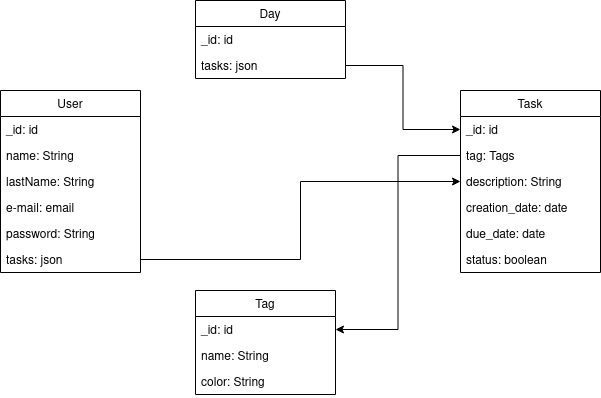
Before: Untitled Diagram.png, a diagram exported from draw.io (EstefaniaLaverde/proyectoDesarrollo). Source tidied: cells renumbered, new cells last; positions are measured from the earlier drawing's top-left corner, leaving out a move shared by most shapes.
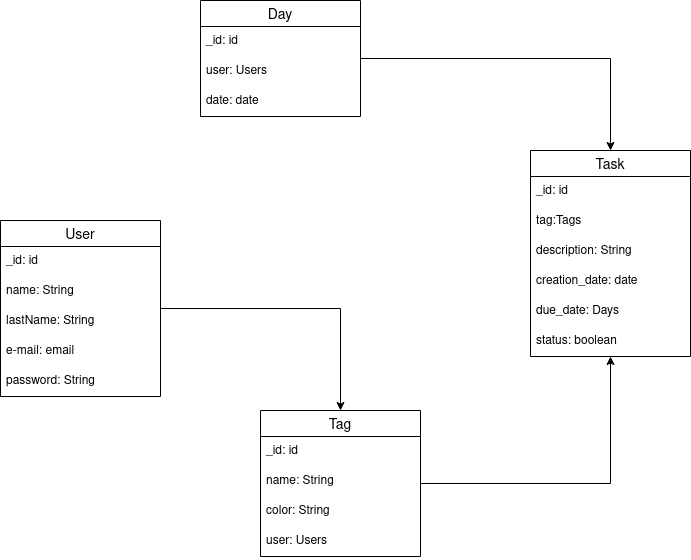
The same diagram one commit later.

Diff of the diagram source:
```diff
@@ -2,77 +2,80 @@
   <root>
     <mxCell id="0" />
     <mxCell id="1" parent="0" />
+    <mxCell id="26" style="edgeStyle=orthogonalEdgeStyle;rounded=0;jettySize=auto;html=1;" parent="1" edge="1" source="16" target="9">
+      <mxGeometry relative="1" as="geometry" />
+    </mxCell>
+    <mxCell id="16" value="Day" style="swimlane;fontStyle=0;horizontal=1;startSize=26;align=center;fontSize=14;" parent="1" vertex="1">
+      <mxGeometry x="80" y="-190" width="160" height="116" as="geometry" />
+    </mxCell>
+    <mxCell id="27" value="_id: id" style="text;strokeColor=none;fillColor=none;spacingLeft=4;spacingRight=4;overflow=hidden;fontSize=12;" parent="16" vertex="1">
+      <mxGeometry y="26" width="160" height="30" as="geometry" />
+    </mxCell>
+    <mxCell id="28" value="user: Users" style="text;strokeColor=none;fillColor=none;spacingLeft=4;spacingRight=4;overflow=hidden;fontSize=12;" parent="16" vertex="1">
+      <mxGeometry y="56" width="160" height="30" as="geometry" />
+    </mxCell>
+    <mxCell id="29" value="date: date" style="text;strokeColor=none;fillColor=none;spacingLeft=4;spacingRight=4;overflow=hidden;fontSize=12;" parent="16" vertex="1">
+      <mxGeometry y="86" width="160" height="30" as="geometry" />
+    </mxCell>
+    <mxCell id="9" value="Task" style="swimlane;fontStyle=0;horizontal=1;startSize=26;align=center;fontSize=14;" parent="1" vertex="1">
+      <mxGeometry x="410" y="-40" width="160" height="206" as="geometry" />
+    </mxCell>
+    <mxCell id="30" value="_id: id" style="text;strokeColor=none;fillColor=none;spacingLeft=4;spacingRight=4;overflow=hidden;fontSize=12;" parent="9" vertex="1">
+      <mxGeometry y="26" width="160" height="30" as="geometry" />
+    </mxCell>
+    <mxCell id="31" value="tag:Tags" style="text;strokeColor=none;fillColor=none;spacingLeft=4;spacingRight=4;overflow=hidden;fontSize=12;" parent="9" vertex="1">
+      <mxGeometry y="56" width="160" height="30" as="geometry" />
+    </mxCell>
+    <mxCell id="12" value="description: String" style="text;strokeColor=none;fillColor=none;spacingLeft=4;spacingRight=4;overflow=hidden;fontSize=12;" parent="9" vertex="1">
+      <mxGeometry y="86" width="160" height="30" as="geometry" />
+    </mxCell>
+    <mxCell id="13" value="creation_date: date" style="text;strokeColor=none;fillColor=none;spacingLeft=4;spacingRight=4;overflow=hidden;fontSize=12;" parent="9" vertex="1">
+      <mxGeometry y="116" width="160" height="30" as="geometry" />
+    </mxCell>
+    <mxCell id="32" value="due_date: Days" style="text;strokeColor=none;fillColor=none;spacingLeft=4;spacingRight=4;overflow=hidden;fontSize=12;" parent="9" vertex="1">
+      <mxGeometry y="146" width="160" height="30" as="geometry" />
+    </mxCell>
+    <mxCell id="15" value="status: boolean" style="text;strokeColor=none;fillColor=none;spacingLeft=4;spacingRight=4;overflow=hidden;fontSize=12;" parent="9" vertex="1">
+      <mxGeometry y="176" width="160" height="30" as="geometry" />
+    </mxCell>
+    <mxCell id="33" style="edgeStyle=orthogonalEdgeStyle;rounded=0;jettySize=auto;html=1;" parent="1" edge="1" source="19" target="9">
+      <mxGeometry relative="1" as="geometry" />
+    </mxCell>
+    <mxCell id="19" value="Tag" style="swimlane;fontStyle=0;horizontal=1;startSize=26;align=center;fontSize=14;" parent="1" vertex="1">
+      <mxGeometry x="140" y="220" width="160" height="146" as="geometry" />
+    </mxCell>
+    <mxCell id="34" value="_id: id" style="text;strokeColor=none;fillColor=none;spacingLeft=4;spacingRight=4;overflow=hidden;fontSize=12;" parent="19" vertex="1">
+      <mxGeometry y="26" width="160" height="30" as="geometry" />
+    </mxCell>
+    <mxCell id="35" value="name: String" style="text;strokeColor=none;fillColor=none;spacingLeft=4;spacingRight=4;overflow=hidden;fontSize=12;" parent="19" vertex="1">
+      <mxGeometry y="56" width="160" height="30" as="geometry" />
+    </mxCell>
+    <mxCell id="22" value="color: String" style="text;strokeColor=none;fillColor=none;spacingLeft=4;spacingRight=4;overflow=hidden;fontSize=12;" parent="19" vertex="1">
+      <mxGeometry y="86" width="160" height="30" as="geometry" />
+    </mxCell>
+    <mxCell id="36" value="user: Users" style="text;strokeColor=none;fillColor=none;spacingLeft=4;spacingRight=4;overflow=hidden;fontSize=12;" parent="19" vertex="1">
+      <mxGeometry y="116" width="160" height="30" as="geometry" />
+    </mxCell>
+    <mxCell id="37" style="edgeStyle=orthogonalEdgeStyle;rounded=0;jettySize=auto;html=1;" parent="1" edge="1" source="2" target="19">
+      <mxGeometry relative="1" as="geometry" />
+    </mxCell>
-    <mxCell id="2" value="User" style="swimlane;fontStyle=0;horizontal=1;startSize=26;fillColor=none;" parent="1" vertex="1">
-      <mxGeometry y="90" width="140" height="182" as="geometry" />
+    <mxCell id="2" value="User" style="swimlane;fontStyle=0;horizontal=1;startSize=26;align=center;fontSize=14;" parent="1" vertex="1">
+      <mxGeometry x="-120" y="30" width="160" height="176" as="geometry" />
     </mxCell>
-    <mxCell id="3" value="_id: id" style="text;strokeColor=none;fillColor=none;align=left;verticalAlign=top;spacingLeft=4;spacingRight=4;overflow=hidden;" parent="2" vertex="1">
-      <mxGeometry y="26" width="140" height="26" as="geometry" />
-    </mxCell>
-    <mxCell id="4" value="name: String" style="text;strokeColor=none;fillColor=none;align=left;verticalAlign=top;spacingLeft=4;spacingRight=4;overflow=hidden;" parent="2" vertex="1">
-      <mxGeometry y="52" width="140" height="26" as="geometry" />
-    </mxCell>
+    <mxCell id="38" value="_id: id" style="text;strokeColor=none;fillColor=none;spacingLeft=4;spacingRight=4;overflow=hidden;fontSize=12;" parent="2" vertex="1">
+      <mxGeometry y="26" width="160" height="30" as="geometry" />
+    </mxCell>
+    <mxCell id="39" value="name: String" style="text;strokeColor=none;fillColor=none;spacingLeft=4;spacingRight=4;overflow=hidden;fontSize=12;" parent="2" vertex="1">
+      <mxGeometry y="56" width="160" height="30" as="geometry" />
+    </mxCell>
-    <mxCell id="5" value="lastName: String" style="text;strokeColor=none;fillColor=none;align=left;verticalAlign=top;spacingLeft=4;spacingRight=4;overflow=hidden;" parent="2" vertex="1">
-      <mxGeometry y="78" width="140" height="26" as="geometry" />
+    <mxCell id="5" value="lastName: String" style="text;strokeColor=none;fillColor=none;spacingLeft=4;spacingRight=4;overflow=hidden;fontSize=12;" parent="2" vertex="1">
+      <mxGeometry y="86" width="160" height="30" as="geometry" />
     </mxCell>
-    <mxCell id="6" value="e-mail: email" style="text;strokeColor=none;fillColor=none;align=left;verticalAlign=top;spacingLeft=4;spacingRight=4;overflow=hidden;" parent="2" vertex="1">
-      <mxGeometry y="104" width="140" height="26" as="geometry" />
+    <mxCell id="6" value="e-mail: email" style="text;strokeColor=none;fillColor=none;spacingLeft=4;spacingRight=4;overflow=hidden;fontSize=12;" parent="2" vertex="1">
+      <mxGeometry y="116" width="160" height="30" as="geometry" />
     </mxCell>
-    <mxCell id="7" value="password: String" style="text;strokeColor=none;fillColor=none;align=left;verticalAlign=top;spacingLeft=4;spacingRight=4;overflow=hidden;" parent="2" vertex="1">
-      <mxGeometry y="130" width="140" height="26" as="geometry" />
+    <mxCell id="7" value="password: String" style="text;strokeColor=none;fillColor=none;spacingLeft=4;spacingRight=4;overflow=hidden;fontSize=12;" parent="2" vertex="1">
+      <mxGeometry y="146" width="160" height="30" as="geometry" />
     </mxCell>
-    <mxCell id="8" value="tasks: json" style="text;strokeColor=none;fillColor=none;align=left;verticalAlign=top;spacingLeft=4;spacingRight=4;overflow=hidden;points=[[0,0.5],[1,0.5]];portConstraint=eastwest;" parent="2" vertex="1">
-      <mxGeometry y="156" width="140" height="26" as="geometry" />
-    </mxCell>
-    <mxCell id="9" value="Task" style="swimlane;fontStyle=0;horizontal=1;startSize=26;fillColor=none;" parent="1" vertex="1">
-      <mxGeometry x="460" y="90" width="140" height="182" as="geometry" />
-    </mxCell>
-    <mxCell id="10" value="_id: id" style="text;strokeColor=none;fillColor=none;align=left;verticalAlign=top;spacingLeft=4;spacingRight=4;overflow=hidden;points=[[0,0.5],[1,0.5]];portConstraint=eastwest;" parent="9" vertex="1">
-      <mxGeometry y="26" width="140" height="26" as="geometry" />
-    </mxCell>
-    <mxCell id="11" value="tag: Tags" style="text;strokeColor=none;fillColor=none;align=left;verticalAlign=top;spacingLeft=4;spacingRight=4;overflow=hidden;points=[[0,0.5],[1,0.5]];portConstraint=eastwest;" parent="9" vertex="1">
-      <mxGeometry y="52" width="140" height="26" as="geometry" />
-    </mxCell>
-    <mxCell id="12" value="description: String" style="text;strokeColor=none;fillColor=none;align=left;verticalAlign=top;spacingLeft=4;spacingRight=4;overflow=hidden;" parent="9" vertex="1">
-      <mxGeometry y="78" width="140" height="26" as="geometry" />
-    </mxCell>
-    <mxCell id="13" value="creation_date: date" style="text;strokeColor=none;fillColor=none;align=left;verticalAlign=top;spacingLeft=4;spacingRight=4;overflow=hidden;" parent="9" vertex="1">
-      <mxGeometry y="104" width="140" height="26" as="geometry" />
-    </mxCell>
-    <mxCell id="14" value="due_date: date" style="text;strokeColor=none;fillColor=none;align=left;verticalAlign=top;spacingLeft=4;spacingRight=4;overflow=hidden;" parent="9" vertex="1">
-      <mxGeometry y="130" width="140" height="26" as="geometry" />
-    </mxCell>
-    <mxCell id="15" value="status: boolean" style="text;strokeColor=none;fillColor=none;align=left;verticalAlign=top;spacingLeft=4;spacingRight=4;overflow=hidden;" parent="9" vertex="1">
-      <mxGeometry y="156" width="140" height="26" as="geometry" />
-    </mxCell>
-    <mxCell id="16" value="Day" style="swimlane;fontStyle=0;horizontal=1;startSize=26;fillColor=none;" parent="1" vertex="1">
-      <mxGeometry x="195" width="150" height="78" as="geometry" />
-    </mxCell>
-    <mxCell id="17" value="_id: id" style="text;strokeColor=none;fillColor=none;align=left;verticalAlign=top;spacingLeft=4;spacingRight=4;overflow=hidden;" parent="16" vertex="1">
-      <mxGeometry y="26" width="150" height="26" as="geometry" />
-    </mxCell>
-    <mxCell id="18" value="tasks: json" style="text;strokeColor=none;fillColor=none;align=left;verticalAlign=top;spacingLeft=4;spacingRight=4;overflow=hidden;points=[[0,0.5],[1,0.5]];portConstraint=eastwest;" parent="16" vertex="1">
-      <mxGeometry y="52" width="150" height="26" as="geometry" />
-    </mxCell>
-    <mxCell id="19" value="Tag" style="swimlane;fontStyle=0;horizontal=1;startSize=26;fillColor=none;" parent="1" vertex="1">
-      <mxGeometry x="195" y="290" width="140" height="104" as="geometry" />
-    </mxCell>
-    <mxCell id="20" value="_id: id" style="text;strokeColor=none;fillColor=none;align=left;verticalAlign=top;spacingLeft=4;spacingRight=4;overflow=hidden;points=[[0,0.5],[1,0.5]];portConstraint=eastwest;" parent="19" vertex="1">
-      <mxGeometry y="26" width="140" height="26" as="geometry" />
-    </mxCell>
-    <mxCell id="21" value="name: String" style="text;strokeColor=none;fillColor=none;align=left;verticalAlign=top;spacingLeft=4;spacingRight=4;overflow=hidden;" parent="19" vertex="1">
-      <mxGeometry y="52" width="140" height="26" as="geometry" />
-    </mxCell>
-    <mxCell id="22" value="color: String" style="text;strokeColor=none;fillColor=none;align=left;verticalAlign=top;spacingLeft=4;spacingRight=4;overflow=hidden;" parent="19" vertex="1">
-      <mxGeometry y="78" width="140" height="26" as="geometry" />
-    </mxCell>
-    <mxCell id="23" style="edgeStyle=orthogonalEdgeStyle;rounded=0;jettySize=auto;html=1;" parent="1" edge="1" source="18" target="10">
-      <mxGeometry relative="1" as="geometry" />
-    </mxCell>
-    <mxCell id="24" style="edgeStyle=orthogonalEdgeStyle;rounded=0;jettySize=auto;html=1;" parent="1" edge="1" source="11" target="20">
-      <mxGeometry relative="1" as="geometry" />
-    </mxCell>
-    <mxCell id="25" style="edgeStyle=orthogonalEdgeStyle;rounded=0;jettySize=auto;html=1;" parent="1" edge="1" source="8" target="9">
-      <mxGeometry relative="1" as="geometry" />
-    </mxCell>
   </root>
 </mxGraphModel>
```
